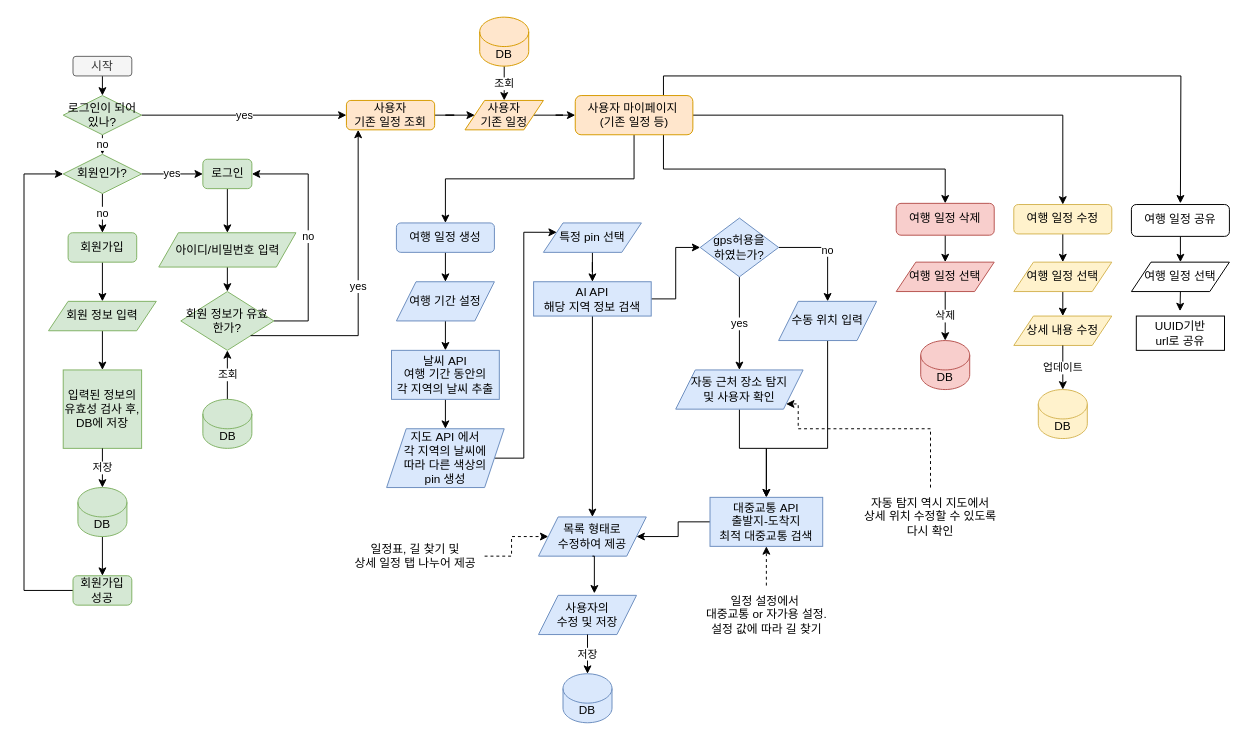
The draw.io diagram trivista/자료/trivista.drawio in Ju-S/TIL_KDT, before the edit. Source tidied: cells renumbered, new cells numbered last; positions are measured from the earlier drawing's top-left corner, leaving out a move shared by most shapes. Both pictures are drawn from the tidied source at 98%, with x=0, y=0 at pixel (24, 17).
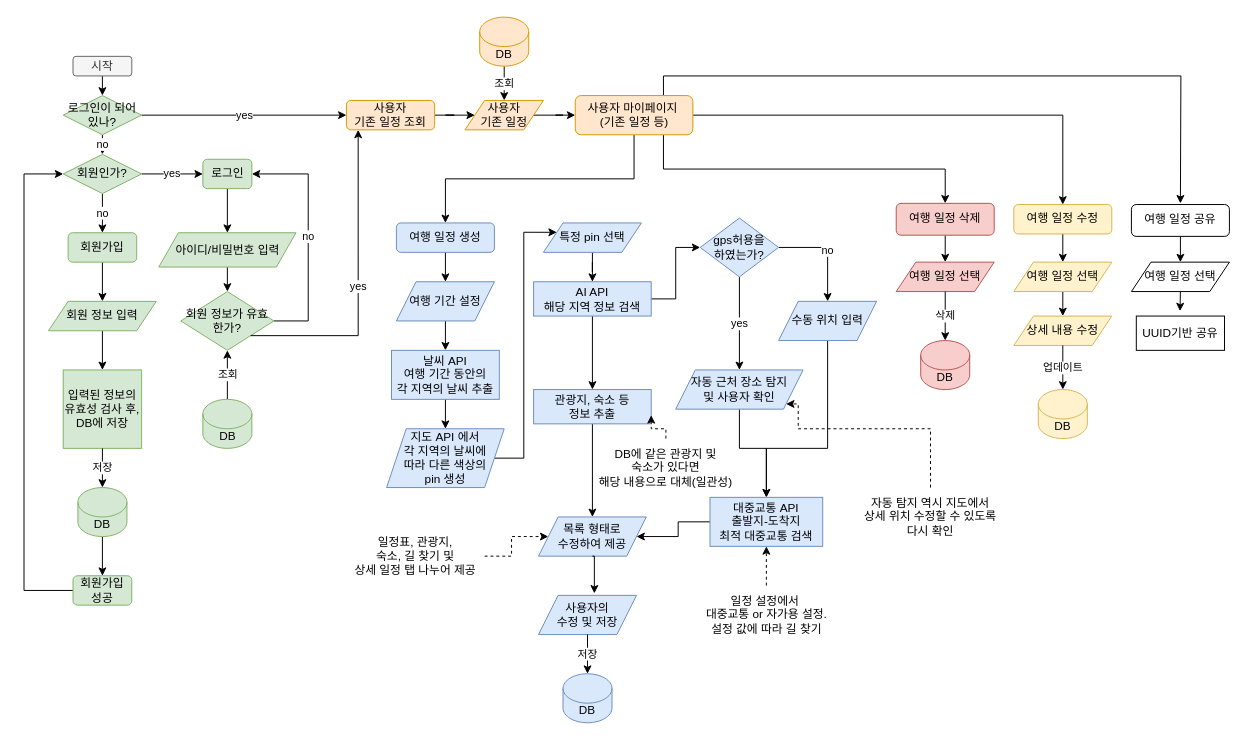
The same diagram, later.

The change refers to these unchanged cells:
```xml
<mxCell id="51" value="AI API&lt;div&gt;해당 지역 정보 검색&lt;/div&gt;" style="whiteSpace=wrap;html=1;fillColor=#dae8fc;strokeColor=#6c8ebf;" parent="1" vertex="1">
  <mxGeometry x="520" y="270" width="120" height="35" as="geometry" />
</mxCell>
<mxCell id="52" value="목록 형태로&lt;div&gt;수정하여 제공&lt;/div&gt;" style="shape=parallelogram;perimeter=parallelogramPerimeter;whiteSpace=wrap;html=1;fixedSize=1;fillColor=#dae8fc;strokeColor=#6c8ebf;" parent="1" vertex="1">
  <mxGeometry x="525" y="510" width="110" height="40" as="geometry" />
</mxCell>
```

The edit, as a diff of the source:
```diff
@@
-    <mxCell id="49" style="edgeStyle=orthogonalEdgeStyle;rounded=0;jettySize=auto;html=1;exitX=0.5;exitY=1;exitDx=0;exitDy=0;entryX=0.5;entryY=0;entryDx=0;entryDy=0;" parent="1" edge="1" source="51" target="52">
-      <mxGeometry relative="1" as="geometry" />
-    </mxCell>
@@
+    <mxCell id="90" style="edgeStyle=orthogonalEdgeStyle;rounded=0;jettySize=auto;html=1;" parent="1" edge="1" source="51" target="92">
+      <mxGeometry relative="1" as="geometry" />
+    </mxCell>
@@
-    <mxCell id="80" value="일정표, 길 찾기 및&lt;div&gt;상세 일정 탭 나누어 제공&lt;/div&gt;" style="text;html=1;align=center;verticalAlign=middle;whiteSpace=wrap;rounded=0;" parent="1" vertex="1">
+    <mxCell id="80" value="일정표, 관광지,&lt;div&gt;숙소, 길 찾기 및&lt;div&gt;상세 일정 탭 나누어 제공&lt;/div&gt;&lt;/div&gt;" style="text;html=1;align=center;verticalAlign=middle;whiteSpace=wrap;rounded=0;" parent="1" vertex="1">
       <mxGeometry x="329" y="520" width="141" height="60" as="geometry" />
     </mxCell>
@@
-    <mxCell id="89" value="UUID기반&lt;div&gt;url로 공유&lt;/div&gt;" style="rounded=0;whiteSpace=wrap;html=1;" parent="1" vertex="1">
+    <mxCell id="89" value="UUID기반&amp;nbsp;&lt;span style=&quot;background-color: transparent; color: light-dark(rgb(0, 0, 0), rgb(255, 255, 255));&quot;&gt;공유&lt;/span&gt;" style="rounded=0;whiteSpace=wrap;html=1;" parent="1" vertex="1">
       <mxGeometry x="1135" y="305" width="90" height="35" as="geometry" />
     </mxCell>
+    <mxCell id="91" style="edgeStyle=orthogonalEdgeStyle;rounded=0;jettySize=auto;html=1;" parent="1" edge="1" source="92" target="52">
+      <mxGeometry relative="1" as="geometry" />
+    </mxCell>
+    <mxCell id="92" value="관광지, 숙소 등&lt;div&gt;정보 추출&lt;/div&gt;" style="whiteSpace=wrap;html=1;fillColor=#dae8fc;strokeColor=#6c8ebf;" parent="1" vertex="1">
+      <mxGeometry x="520" y="380" width="120" height="35" as="geometry" />
+    </mxCell>
+    <mxCell id="93" style="edgeStyle=orthogonalEdgeStyle;rounded=0;jettySize=auto;html=1;exitX=0.5;exitY=0;exitDx=0;exitDy=0;entryX=1;entryY=0.75;entryDx=0;entryDy=0;dashed=1;" parent="1" edge="1" source="94" target="92">
+      <mxGeometry relative="1" as="geometry">
+        <Array as="points">
+          <mxPoint x="655" y="420" />
+          <mxPoint x="640" y="420" />
+        </Array>
+      </mxGeometry>
+    </mxCell>
+    <mxCell id="94" value="DB에 같은 관광지 및&lt;div&gt;숙소가 있다면&lt;/div&gt;&lt;div&gt;해당 내용으로 대체(일관성)&lt;/div&gt;" style="text;html=1;align=center;verticalAlign=middle;whiteSpace=wrap;rounded=0;" parent="1" vertex="1">
+      <mxGeometry x="580" y="430" width="150" height="60" as="geometry" />
+    </mxCell>
```
